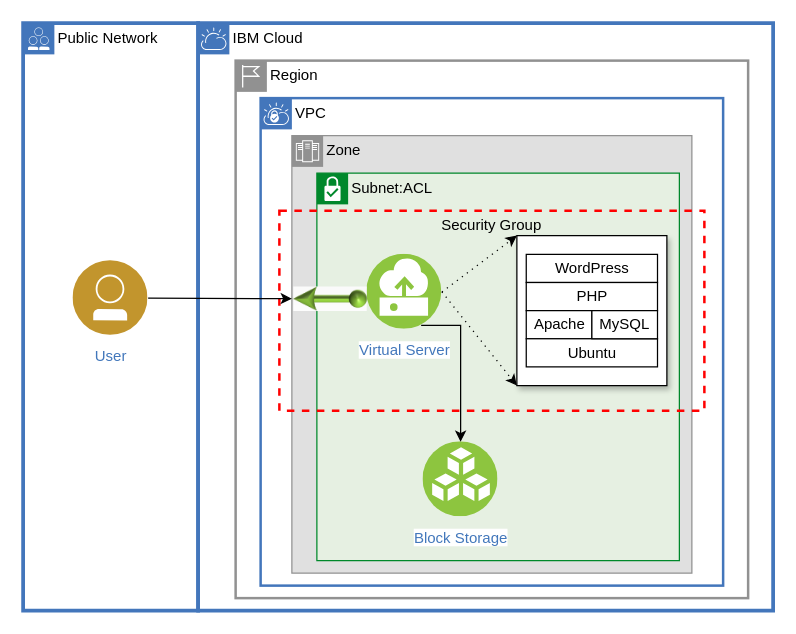
ibm-cloud-docs/solution-tutorials keeps this draw.io diagram as diagrams/lamp-stack-on-vpc.drawio. Above is the earlier version. Source tidied: cells renumbered, new cells numbered last; positions are measured from the earlier drawing's top-left corner, leaving out a move shared by most shapes. Both pictures are drawn from the tidied source at 125%, with x=0, y=0 at pixel (22, 22).
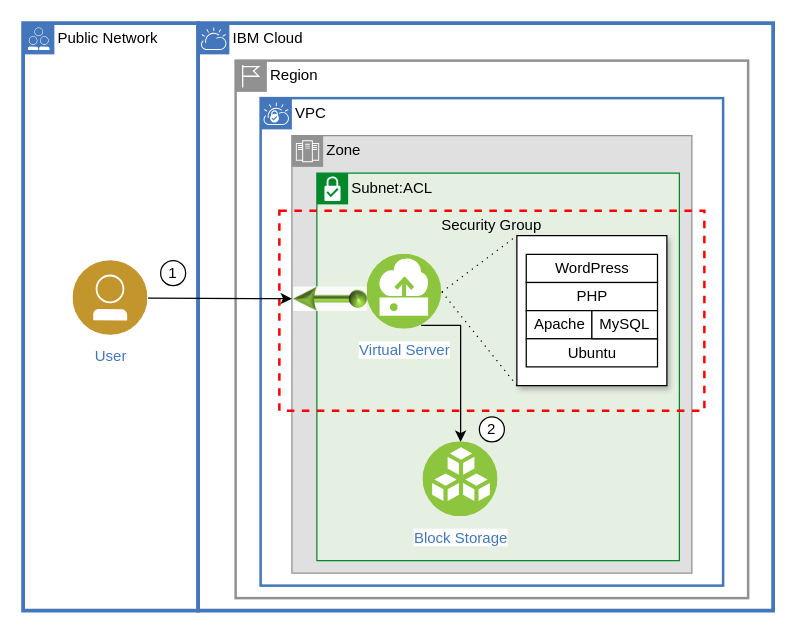
Above is the later version.

The change refers to these unchanged cells:
```xml
<mxCell id="7" value="Subnet:ACL" style="shape=mxgraph.ibm.box;prType=subnet;fontStyle=0;verticalAlign=top;align=left;spacingLeft=32;spacingTop=4;fillColor=#E6F0E2;rounded=0;whiteSpace=wrap;html=1;strokeColor=#00882B;strokeWidth=1;dashed=0;spacing=-4;" parent="6" vertex="1">
  <mxGeometry x="20" y="30" width="290" height="310" as="geometry" />
</mxCell>
<mxCell id="8" value="Security Group" style="fontStyle=0;verticalAlign=top;align=center;spacingTop=-2;fillColor=none;rounded=0;whiteSpace=wrap;html=1;strokeColor=#FF0000;strokeWidth=2;dashed=1;" parent="7" vertex="1">
  <mxGeometry x="-30" y="30" width="340" height="160" as="geometry" />
</mxCell>
<mxCell id="9" value="Virtual Server" style="perimeter=ellipsePerimeter;html=1;align=center;shadow=0;dashed=0;fontColor=#4277BB;labelBackgroundColor=#ffffff;fontSize=12;spacingTop=3;image;image=img/lib/ibm/vpc/Instance.svg;" parent="8" vertex="1">
  <mxGeometry x="70" y="35" width="60" height="60" as="geometry" />
</mxCell>
<mxCell id="12" style="rounded=0;whiteSpace=wrap;html=1;shadow=1;gradientColor=none;" parent="11" vertex="1">
  <mxGeometry width="120" height="120" as="geometry" />
</mxCell>
<mxCell id="23" value="Public Network" style="shape=mxgraph.ibm.box;prType=public;fontStyle=0;verticalAlign=top;align=left;spacingLeft=32;spacingTop=4;fillColor=none;rounded=0;whiteSpace=wrap;html=1;strokeColor=#4376BB;strokeWidth=3;dashed=0;spacing=-4;" parent="1" vertex="1">
  <mxGeometry width="140" height="470" as="geometry" />
</mxCell>
```

Diff of the diagram source:
```diff
@@
-    <mxCell id="19" style="endArrow=classic;html=1;entryX=0;entryY=0;entryDx=0;entryDy=0;exitX=1;exitY=0.5;exitDx=0;exitDy=0;dashed=1;dashPattern=1 4;" parent="8" edge="1" source="9" target="12">
+    <mxCell id="19" style="endArrow=none;html=1;entryX=0;entryY=0;entryDx=0;entryDy=0;exitX=1;exitY=0.5;exitDx=0;exitDy=0;dashed=1;dashPattern=1 4;endFill=0;" parent="8" edge="1" source="9" target="12">
       <mxGeometry relative="1" as="geometry" />
     </mxCell>
-    <mxCell id="20" style="endArrow=classic;html=1;entryX=0;entryY=1;entryDx=0;entryDy=0;exitX=1;exitY=0.5;exitDx=0;exitDy=0;dashed=1;dashPattern=1 4;" parent="8" edge="1" source="9" target="12">
+    <mxCell id="20" style="endArrow=none;html=1;entryX=0;entryY=1;entryDx=0;entryDy=0;exitX=1;exitY=0.5;exitDx=0;exitDy=0;dashed=1;dashPattern=1 4;endFill=0;" parent="8" edge="1" source="9" target="12">
       <mxGeometry relative="1" as="geometry" />
     </mxCell>
@@
+    <mxCell id="26" value="2" style="ellipse;whiteSpace=wrap;html=1;labelBackgroundColor=none;" parent="7" vertex="1">
+      <mxGeometry x="130" y="195" width="20" height="20" as="geometry" />
+    </mxCell>
@@
+    <mxCell id="27" value="1" style="ellipse;whiteSpace=wrap;html=1;labelBackgroundColor=none;" parent="23" vertex="1">
+      <mxGeometry x="110" y="190" width="20" height="20" as="geometry" />
+    </mxCell>
```
